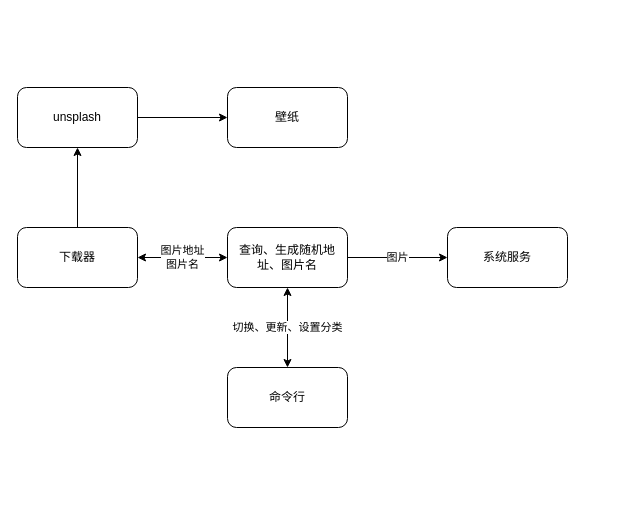
This is structure.drawio from MrTreasure/go-wallpaper, a draw.io file, before an edit. Source tidied: cells renumbered, new cells numbered last; positions are measured from the earlier drawing's top-left corner, leaving out a move shared by most shapes. Both pictures are drawn from the tidied source at 100%, with x=0, y=0 at pixel (17, 87).
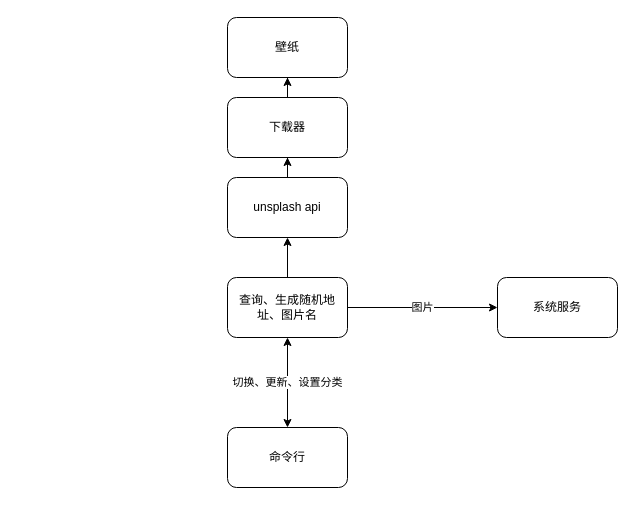
Above is the later version.

Commit message:
feat:添加架构图

Change to the diagram source:
```diff
@@
 <mxGraphModel>
   <root>
     <mxCell id="0" />
     <mxCell id="1" parent="0" />
     <mxCell id="2" value="壁纸" style="rounded=1;whiteSpace=wrap;html=1;" parent="1" vertex="1">
-      <mxGeometry x="210" width="120" height="60" as="geometry" />
+      <mxGeometry x="210" y="-70" width="120" height="60" as="geometry" />
     </mxCell>
     <mxCell id="3" value="命令行" style="rounded=1;whiteSpace=wrap;html=1;" parent="1" vertex="1">
-      <mxGeometry x="210" y="280" width="120" height="60" as="geometry" />
+      <mxGeometry x="210" y="340" width="120" height="60" as="geometry" />
     </mxCell>
     <mxCell id="4" value="系统服务" style="rounded=1;whiteSpace=wrap;html=1;" parent="1" vertex="1">
-      <mxGeometry x="430" y="140" width="120" height="60" as="geometry" />
+      <mxGeometry x="480" y="190" width="120" height="60" as="geometry" />
     </mxCell>
     <mxCell id="5" value="图片" style="edgeStyle=orthogonalEdgeStyle;rounded=0;jettySize=auto;html=1;" parent="1" edge="1" source="6" target="4">
       <mxGeometry relative="1" as="geometry" />
     </mxCell>
+    <mxCell id="13" style="edgeStyle=orthogonalEdgeStyle;rounded=0;jettySize=auto;html=1;entryX=0.5;entryY=1;entryDx=0;entryDy=0;" parent="1" edge="1" source="6" target="8">
+      <mxGeometry relative="1" as="geometry" />
+    </mxCell>
     <mxCell id="6" value="查询、生成随机地址、图片名" style="rounded=1;whiteSpace=wrap;html=1;" parent="1" vertex="1">
-      <mxGeometry x="210" y="140" width="120" height="60" as="geometry" />
+      <mxGeometry x="210" y="190" width="120" height="60" as="geometry" />
     </mxCell>
-    <mxCell id="7" style="edgeStyle=orthogonalEdgeStyle;rounded=0;jettySize=auto;html=1;" parent="1" edge="1" source="8" target="2">
-      <mxGeometry relative="1" as="geometry" />
-    </mxCell>
+    <mxCell id="14" style="edgeStyle=orthogonalEdgeStyle;rounded=0;jettySize=auto;html=1;entryX=0.5;entryY=1;entryDx=0;entryDy=0;" parent="1" edge="1" source="8" target="11">
+      <mxGeometry relative="1" as="geometry" />
+    </mxCell>
-    <mxCell id="8" value="unsplash" style="rounded=1;whiteSpace=wrap;html=1;" parent="1" vertex="1">
-      <mxGeometry width="120" height="60" as="geometry" />
+    <mxCell id="8" value="unsplash&amp;nbsp;api" style="rounded=1;whiteSpace=wrap;html=1;" parent="1" vertex="1">
+      <mxGeometry x="210" y="90" width="120" height="60" as="geometry" />
     </mxCell>
     <mxCell id="9" value="切换、更新、设置分类" style="endArrow=classic;startArrow=classic;html=1;exitX=0.5;exitY=1;exitDx=0;exitDy=0;entryX=0.5;entryY=0;entryDx=0;entryDy=0;" parent="1" edge="1" source="6" target="3">
       <mxGeometry relative="1" as="geometry" />
     </mxCell>
-    <mxCell id="10" style="edgeStyle=orthogonalEdgeStyle;rounded=0;jettySize=auto;html=1;" parent="1" edge="1" source="11" target="8">
-      <mxGeometry relative="1" as="geometry" />
-    </mxCell>
+    <mxCell id="15" style="edgeStyle=orthogonalEdgeStyle;rounded=0;jettySize=auto;html=1;entryX=0.5;entryY=1;entryDx=0;entryDy=0;" parent="1" edge="1" source="11" target="2">
+      <mxGeometry relative="1" as="geometry" />
+    </mxCell>
     <mxCell id="11" value="下载器" style="whiteSpace=wrap;html=1;rounded=1;" parent="1" vertex="1">
-      <mxGeometry y="140" width="120" height="60" as="geometry" />
+      <mxGeometry x="210" y="10" width="120" height="60" as="geometry" />
     </mxCell>
-    <mxCell id="12" value="图片地址&lt;br&gt;图片名" style="endArrow=classic;startArrow=classic;html=1;entryX=0;entryY=0.5;entryDx=0;entryDy=0;exitX=1;exitY=0.5;exitDx=0;exitDy=0;" parent="1" edge="1" source="11" target="6">
-      <mxGeometry relative="1" as="geometry" />
-    </mxCell>
   </root>
 </mxGraphModel>
```
